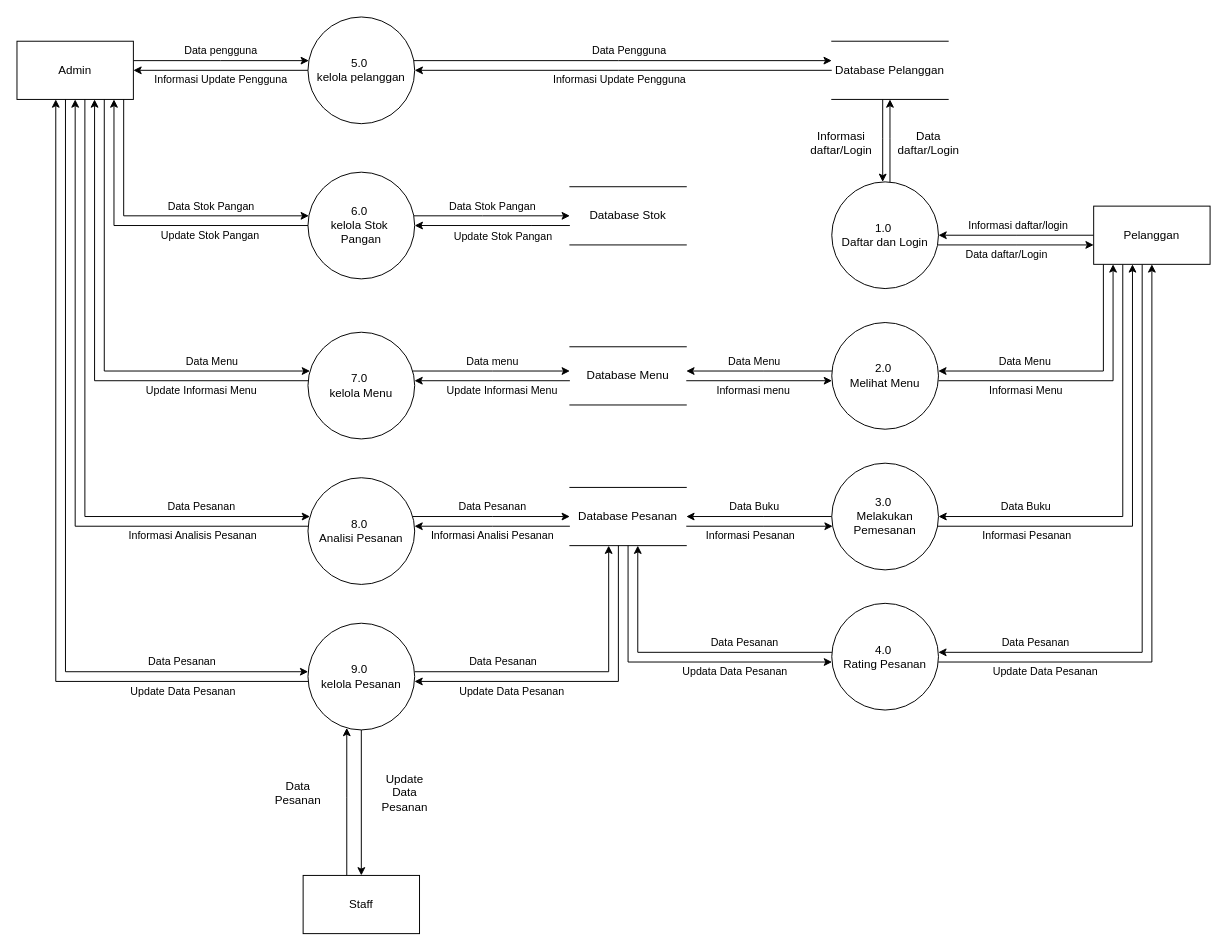
Earlier version of the draw.io diagram page "Halaman-2" (2 of 2) of UAS RKDS.drawio (ubptr/porject-01). Source tidied: cells renumbered, new cells numbered last; positions are measured from the earlier drawing's top-left corner, leaving out a move shared by most shapes. Both pictures are drawn from the tidied source at 97%, with x=0, y=0 at pixel (16, 16).
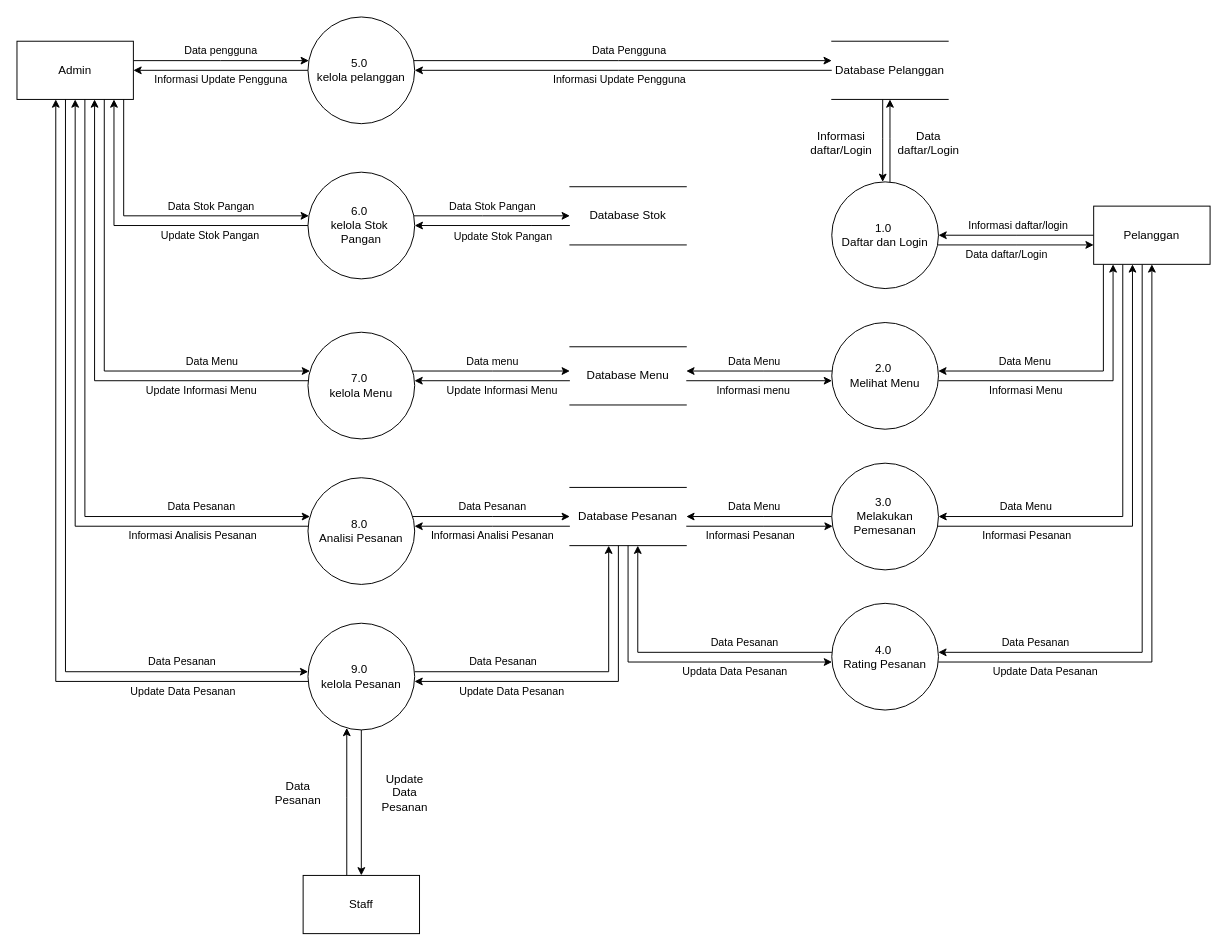
After the change.

The change refers to these unchanged cells:
```xml
<mxCell id="6" value="Pelanggan" style="rounded=0;whiteSpace=wrap;html=1;" parent="1" vertex="1">
  <mxGeometry x="1110" y="195" width="120" height="60" as="geometry" />
</mxCell>
<mxCell id="23" value="Database Pesanan" style="shape=partialRectangle;whiteSpace=wrap;html=1;left=0;right=0;fillColor=none;" parent="1" vertex="1">
  <mxGeometry x="570" y="485" width="120" height="60" as="geometry" />
</mxCell>
<mxCell id="28" value="3.0&amp;nbsp;&lt;div&gt;Melakukan Pemesanan&lt;/div&gt;" style="ellipse;whiteSpace=wrap;html=1;" parent="1" vertex="1">
  <mxGeometry x="840" y="460" width="110" height="110" as="geometry" />
</mxCell>
```

Diff of the diagram source:
```diff
@@
-    <mxCell id="4" value="Data Buku" style="edgeStyle=orthogonalEdgeStyle;rounded=0;jettySize=auto;html=1;" parent="1" edge="1" source="6" target="28">
+    <mxCell id="4" value="Data Menu" style="edgeStyle=orthogonalEdgeStyle;rounded=0;jettySize=auto;html=1;" parent="1" edge="1" source="6" target="28">
       <mxGeometry x="0.6" y="-10" relative="1" as="geometry">
         <Array as="points">
           <mxPoint x="1140" y="515" />
         </Array>
       </mxGeometry>
     </mxCell>
@@
-    <mxCell id="27" value="Data Buku" style="edgeStyle=orthogonalEdgeStyle;rounded=0;jettySize=auto;html=1;" parent="1" edge="1" source="28" target="23">
+    <mxCell id="27" value="Data Menu" style="edgeStyle=orthogonalEdgeStyle;rounded=0;jettySize=auto;html=1;" parent="1" edge="1" source="28" target="23">
       <mxGeometry x="0.07" y="-10" relative="1" as="geometry">
         <Array as="points">
           <mxPoint x="770" y="515" />
           <mxPoint x="770" y="515" />
         </Array>
       </mxGeometry>
     </mxCell>
```
